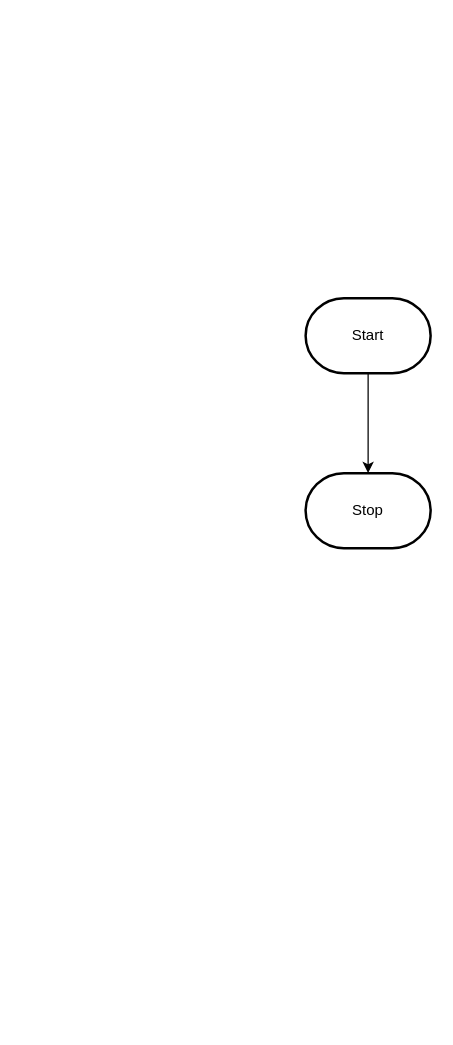
Above: design/flowchart.drawio in MTHS-ICD2O-1-2023/ICD2O-Assignment-05-manya-feng (draw.io), before the change. Source tidied: cells renumbered, new cells numbered last; positions are measured from the earlier drawing's top-left corner, leaving out a move shared by most shapes. Both pictures are drawn from the tidied source at 125%, with x=0, y=0 at pixel (305, 298).
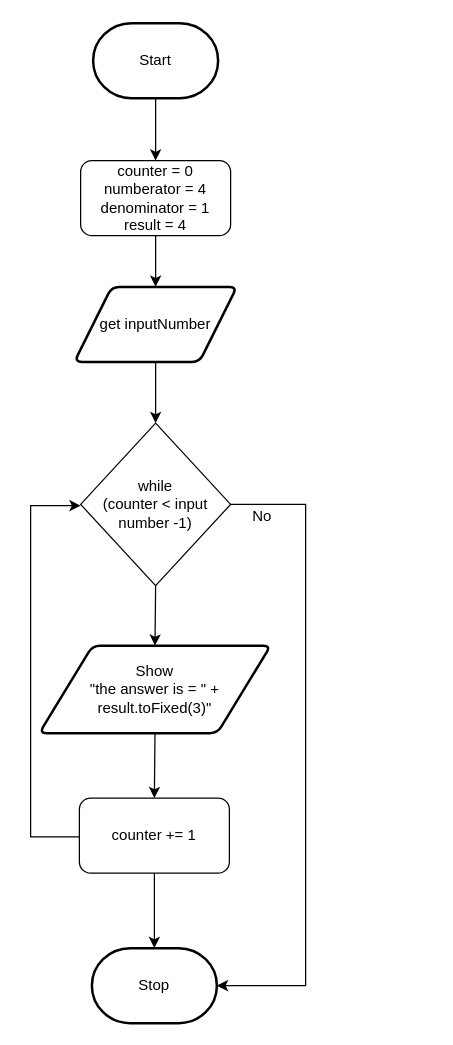
After the change.

The edit, as a diff of the source:
```diff
@@
-    <mxCell id="2" style="edgeStyle=orthogonalEdgeStyle;html=1;rounded=0;" parent="1" edge="1" source="3" target="4">
-      <mxGeometry relative="1" as="geometry" />
-    </mxCell>
+    <mxCell id="5" style="edgeStyle=none;html=1;exitX=0.5;exitY=1;exitDx=0;exitDy=0;exitPerimeter=0;" parent="1" edge="1" source="3" target="2">
+      <mxGeometry relative="1" as="geometry" />
+    </mxCell>
     <mxCell id="3" value="Start" style="strokeWidth=2;html=1;shape=mxgraph.flowchart.terminator;whiteSpace=wrap;" parent="1" vertex="1">
-      <mxGeometry width="100" height="60" as="geometry" />
+      <mxGeometry x="-170" y="-220" width="100" height="60" as="geometry" />
     </mxCell>
     <mxCell id="4" value="Stop" style="strokeWidth=2;html=1;shape=mxgraph.flowchart.terminator;whiteSpace=wrap;" parent="1" vertex="1">
-      <mxGeometry y="140" width="100" height="60" as="geometry" />
+      <mxGeometry x="-171" y="520" width="100" height="60" as="geometry" />
     </mxCell>
+    <mxCell id="6" style="edgeStyle=none;html=1;exitX=0.5;exitY=1;exitDx=0;exitDy=0;entryX=0.5;entryY=0;entryDx=0;entryDy=0;" parent="1" edge="1" source="2" target="8">
+      <mxGeometry relative="1" as="geometry" />
+    </mxCell>
+    <mxCell id="2" value="counter = 0&lt;br&gt;numberator = 4&lt;br&gt;denominator = 1&lt;br&gt;result = 4" style="rounded=1;whiteSpace=wrap;html=1;" parent="1" vertex="1">
+      <mxGeometry x="-180" y="-110" width="120" height="60" as="geometry" />
+    </mxCell>
+    <mxCell id="7" style="edgeStyle=none;html=1;exitX=0.5;exitY=1;exitDx=0;exitDy=0;entryX=0.5;entryY=0;entryDx=0;entryDy=0;" parent="1" edge="1" source="8" target="11">
+      <mxGeometry relative="1" as="geometry" />
+    </mxCell>
+    <mxCell id="8" value="get inputNumber" style="shape=parallelogram;html=1;strokeWidth=2;perimeter=parallelogramPerimeter;whiteSpace=wrap;rounded=1;arcSize=12;size=0.23;" parent="1" vertex="1">
+      <mxGeometry x="-185" y="-9" width="130" height="60" as="geometry" />
+    </mxCell>
+    <mxCell id="9" style="edgeStyle=none;html=1;exitX=0.5;exitY=1;exitDx=0;exitDy=0;entryX=0.5;entryY=0;entryDx=0;entryDy=0;" parent="1" edge="1" source="11" target="13">
+      <mxGeometry relative="1" as="geometry" />
+    </mxCell>
+    <mxCell id="10" style="edgeStyle=none;rounded=0;html=1;exitX=1;exitY=0.5;exitDx=0;exitDy=0;entryX=1;entryY=0.5;entryDx=0;entryDy=0;entryPerimeter=0;" parent="1" edge="1" source="11" target="4">
+      <mxGeometry relative="1" as="geometry">
+        <Array as="points">
+          <mxPoint y="165" />
+          <mxPoint y="550" />
+        </Array>
+      </mxGeometry>
+    </mxCell>
+    <mxCell id="11" value="while&lt;br&gt;(counter &amp;lt; input number -1)" style="rhombus;whiteSpace=wrap;html=1;" parent="1" vertex="1">
+      <mxGeometry x="-180" y="100" width="120" height="130" as="geometry" />
+    </mxCell>
+    <mxCell id="12" style="edgeStyle=none;html=1;exitX=0.5;exitY=1;exitDx=0;exitDy=0;entryX=0.5;entryY=0;entryDx=0;entryDy=0;" parent="1" edge="1" source="13" target="16">
+      <mxGeometry relative="1" as="geometry" />
+    </mxCell>
+    <mxCell id="13" value="Show &lt;br&gt;&quot;the answer is = &quot; + result.toFixed(3)&quot;" style="shape=parallelogram;html=1;strokeWidth=2;perimeter=parallelogramPerimeter;whiteSpace=wrap;rounded=1;arcSize=12;size=0.23;" parent="1" vertex="1">
+      <mxGeometry x="-213" y="278" width="185" height="70" as="geometry" />
+    </mxCell>
+    <mxCell id="14" style="edgeStyle=none;html=1;exitX=0.5;exitY=1;exitDx=0;exitDy=0;" parent="1" edge="1" source="16" target="4">
+      <mxGeometry relative="1" as="geometry" />
+    </mxCell>
+    <mxCell id="15" style="edgeStyle=none;html=1;exitX=0;exitY=0.5;exitDx=0;exitDy=0;entryX=0;entryY=0.5;entryDx=0;entryDy=0;rounded=0;" parent="1" edge="1">
+      <mxGeometry relative="1" as="geometry">
+        <mxPoint x="-181" y="431" as="sourcePoint" />
+        <mxPoint x="-180" y="166" as="targetPoint" />
+        <Array as="points">
+          <mxPoint x="-220" y="431" />
+          <mxPoint x="-220" y="166" />
+        </Array>
+      </mxGeometry>
+    </mxCell>
+    <mxCell id="16" value="counter += 1" style="rounded=1;whiteSpace=wrap;html=1;" parent="1" vertex="1">
+      <mxGeometry x="-181" y="400" width="120" height="60" as="geometry" />
+    </mxCell>
+    <mxCell id="17" value="No" style="text;html=1;align=center;verticalAlign=middle;strokeColor=none;fillColor=none;" parent="1" vertex="1">
+      <mxGeometry x="-55" y="160" width="40" height="30" as="geometry" />
+    </mxCell>
```
